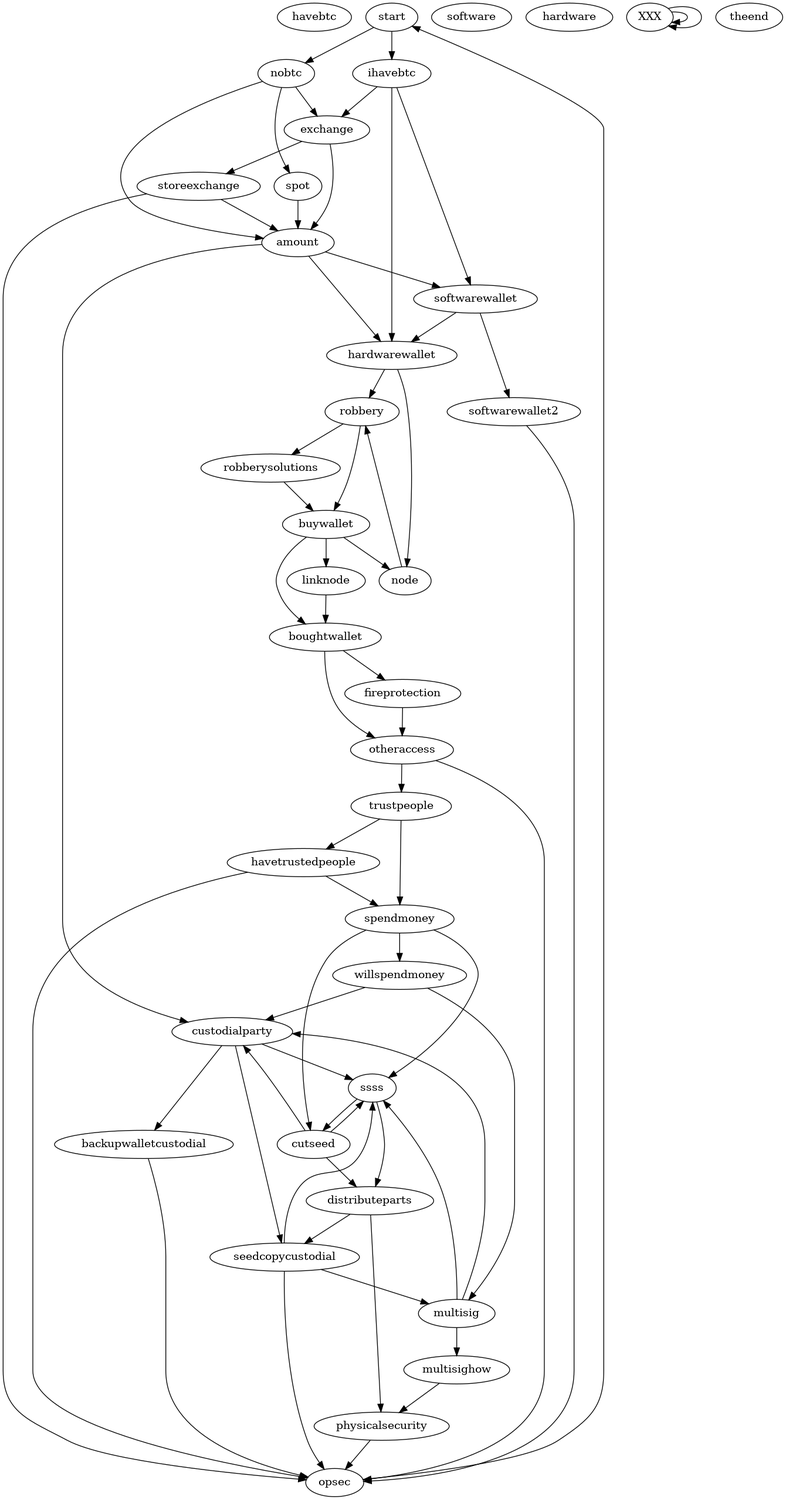
The Graphviz diagram graph.png in storingbitcoin-info/website, before a commit. Its source is kept beside it as graph.gv.
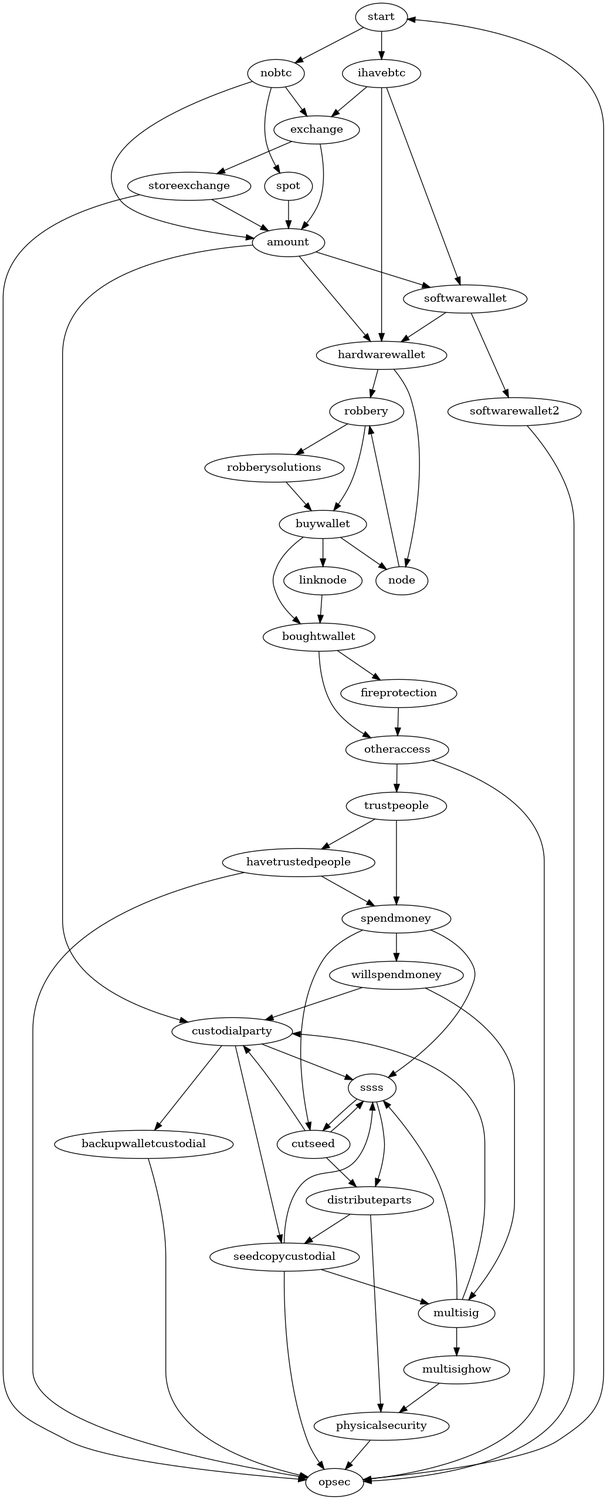
The same diagram one commit later.

Commit message:
Do not include master sections in graph

Change to the diagram source:
```diff
@@ -4,7 +4,6 @@
   splines=true
   tailclip=false
   headclip=false
-_havebtc [label="havebtc"]
 _start [label="start"]
 _start -> _nobtc
 _start -> _ihavebtc
@@ -28,13 +27,11 @@
 _storeexchange [label="storeexchange"]
 _storeexchange -> _amount
 _storeexchange -> _opsec
-_software [label="software"]
 _softwarewallet [label="softwarewallet"]
 _softwarewallet -> _softwarewallet2
 _softwarewallet -> _hardwarewallet
 _softwarewallet2 [label="softwarewallet2"]
 _softwarewallet2 -> _opsec
-_hardware [label="hardware"]
 _hardwarewallet [label="hardwarewallet"]
 _hardwarewallet -> _robbery
 _hardwarewallet -> _node
@@ -100,10 +97,6 @@
 _multisighow -> _physicalsecurity
 _physicalsecurity [label="physicalsecurity"]
 _physicalsecurity -> _opsec
-_XXX [label="XXX"]
-_XXX -> _XXX
-_XXX -> _XXX
-_theend [label="theend"]
 _opsec [label="opsec"]
 _opsec -> _start
 }
```
